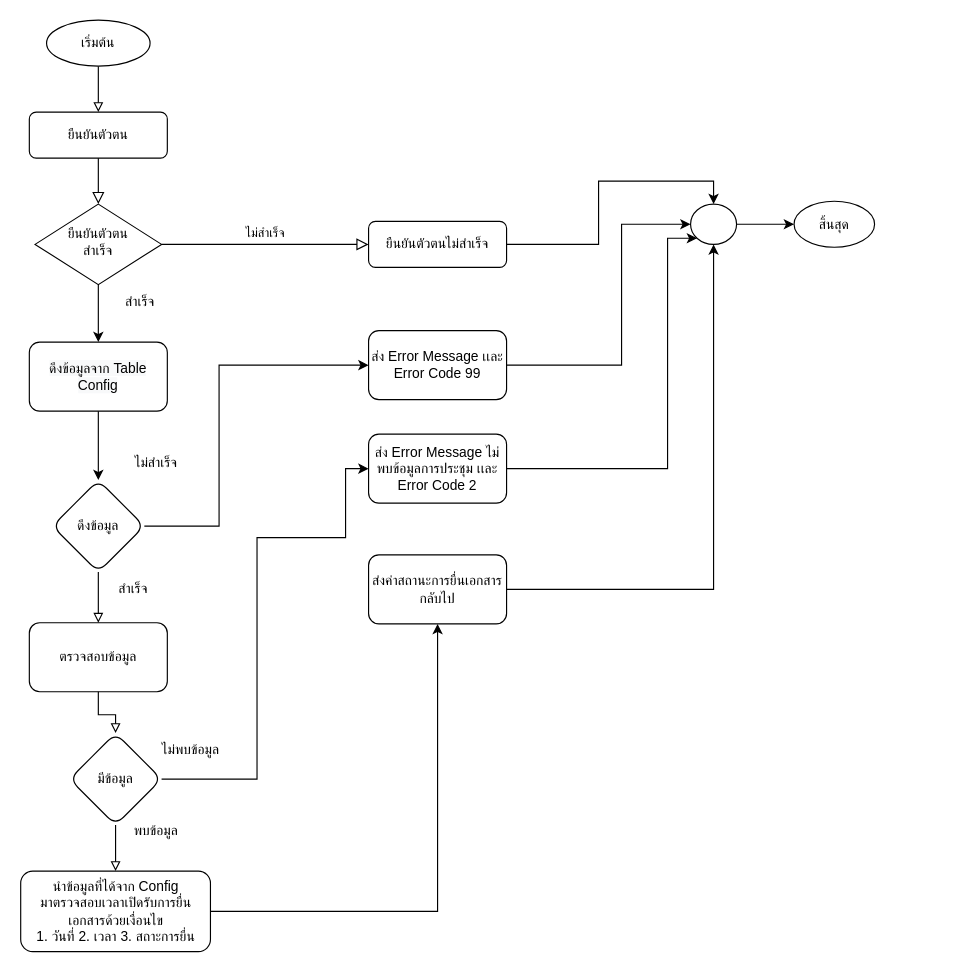
Before: checkRequest.drawio in charifrodmanee/charifrodmanee, a draw.io diagram. Source tidied: cells renumbered, new cells numbered last; positions are measured from the earlier drawing's top-left corner, leaving out a move shared by most shapes. Both pictures are drawn from the tidied source at 115%, with x=0, y=0 at pixel (21, 20).
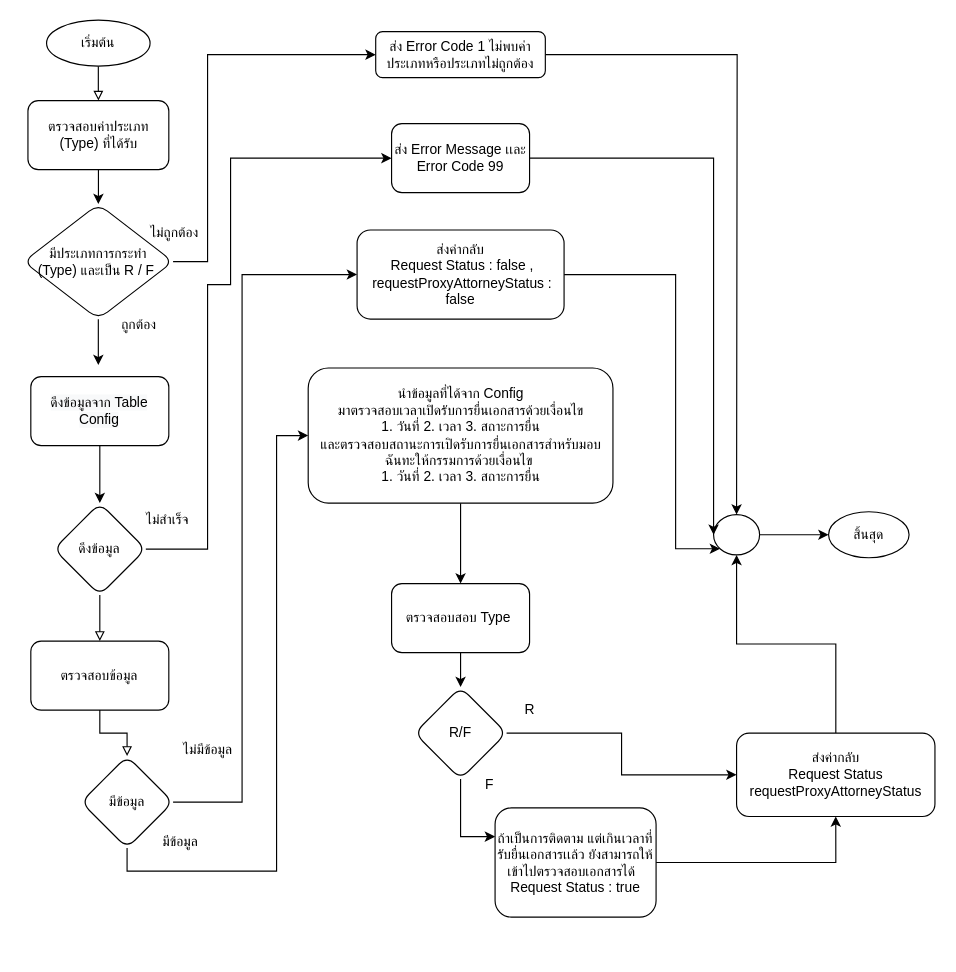
Above is the later version.

What changed in the source:
```diff
@@
-    <mxCell id="2" style="group;" parent="1" vertex="1">
-      <mxGeometry x="-0.5" width="742.5" height="810" as="geometry" />
-    </mxCell>
+    <mxCell id="38" value="ไม่ถูกต้อง" style="text;html=1;align=center;verticalAlign=middle;strokeColor=none;fillColor=none;" parent="1" vertex="1">
+      <mxGeometry x="98.3" y="170" width="70" height="30" as="geometry" />
+    </mxCell>
+    <mxCell id="39" style="edgeStyle=orthogonalEdgeStyle;rounded=0;jettySize=auto;html=1;" parent="1" edge="1" source="43">
+      <mxGeometry relative="1" as="geometry">
+        <mxPoint x="622" y="430" as="targetPoint" />
+      </mxGeometry>
+    </mxCell>
+    <mxCell id="40" value="ถูกต้อง" style="text;html=1;align=center;verticalAlign=middle;strokeColor=none;fillColor=none;" parent="1" vertex="1">
+      <mxGeometry x="72" y="250" width="60" height="30" as="geometry" />
+    </mxCell>
+    <mxCell id="41" style="edgeStyle=orthogonalEdgeStyle;rounded=0;jettySize=auto;html=1;" parent="1" edge="1" source="3" target="42">
+      <mxGeometry relative="1" as="geometry" />
+    </mxCell>
-    <mxCell id="3" value="ยืนยันตัวตน" style="rounded=1;whiteSpace=wrap;html=1;fontSize=12;glass=0;strokeWidth=1;shadow=0;" parent="2" vertex="1">
-      <mxGeometry x="7.5" y="80" width="120" height="40" as="geometry" />
+    <mxCell id="3" value="ตรวจสอบค่าประเภท (Type) ที่ได้รับ" style="rounded=1;whiteSpace=wrap;html=1;fontSize=12;glass=0;strokeWidth=1;shadow=0;" parent="1" vertex="1">
+      <mxGeometry x="5.8" y="70" width="122.5" height="60" as="geometry" />
     </mxCell>
-    <mxCell id="4" value="ยืนยันตัวตน&lt;br&gt;สำเร็จ" style="rhombus;whiteSpace=wrap;html=1;shadow=0;fontFamily=Helvetica;fontSize=12;align=center;strokeWidth=1;spacing=6;spacingTop=-4;" parent="2" vertex="1">
-      <mxGeometry x="12.5" y="160" width="110" height="70" as="geometry" />
-    </mxCell>
-    <mxCell id="5" style="rounded=0;html=1;jettySize=auto;fontSize=11;endArrow=block;endFill=0;endSize=8;strokeWidth=1;shadow=0;labelBackgroundColor=none;edgeStyle=orthogonalEdgeStyle;" parent="2" edge="1" source="3" target="4">
-      <mxGeometry relative="1" as="geometry" />
-    </mxCell>
-    <mxCell id="6" value="ยืนยันตัวตนไม่สำเร็จ" style="rounded=1;whiteSpace=wrap;html=1;fontSize=12;glass=0;strokeWidth=1;shadow=0;" parent="2" vertex="1">
-      <mxGeometry x="302.5" y="175" width="120" height="40" as="geometry" />
-    </mxCell>
-    <mxCell id="7" value="ไม่สำเร็จ" style="edgeStyle=orthogonalEdgeStyle;rounded=0;html=1;jettySize=auto;fontSize=11;endArrow=block;endFill=0;endSize=8;strokeWidth=1;shadow=0;labelBackgroundColor=none;" parent="2" edge="1" source="4" target="6">
-      <mxGeometry y="10" relative="1" as="geometry" />
-    </mxCell>
-    <mxCell id="8" style="edgeStyle=orthogonalEdgeStyle;rounded=0;jettySize=auto;html=1;endArrow=block;endFill=0;" parent="2" edge="1" source="9" target="3">
+    <mxCell id="8" style="edgeStyle=orthogonalEdgeStyle;rounded=0;jettySize=auto;html=1;endArrow=block;endFill=0;" parent="1" edge="1" source="9" target="3">
       <mxGeometry relative="1" as="geometry" />
     </mxCell>
-    <mxCell id="9" value="เริ่มต้น" style="ellipse;whiteSpace=wrap;html=1;rounded=1;glass=0;strokeWidth=1;shadow=0;" parent="2" vertex="1">
-      <mxGeometry x="22.5" width="90" height="40" as="geometry" />
+    <mxCell id="9" value="เริ่มต้น" style="ellipse;whiteSpace=wrap;html=1;rounded=1;glass=0;strokeWidth=1;shadow=0;" parent="1" vertex="1">
+      <mxGeometry x="22" width="90" height="40" as="geometry" />
     </mxCell>
-    <mxCell id="10" value="สำเร็จ" style="text;html=1;align=center;verticalAlign=middle;strokeColor=none;fillColor=none;" parent="2" vertex="1">
-      <mxGeometry x="78.5" y="230" width="50" height="30" as="geometry" />
-    </mxCell>
+    <mxCell id="42" value="มีประเภทการกระทำ&lt;br&gt;(Type) และเป็น R / F&amp;nbsp;" style="rhombus;whiteSpace=wrap;html=1;rounded=1;glass=0;strokeWidth=1;shadow=0;align=center;" parent="1" vertex="1">
+      <mxGeometry x="2" y="160" width="130" height="100" as="geometry" />
+    </mxCell>
+    <mxCell id="43" value="ส่ง Error Code 1 ไม่พบค่าประเภทหรือประเภทไม่ถูกต้อง" style="rounded=1;whiteSpace=wrap;html=1;" parent="1" vertex="1">
+      <mxGeometry x="308.2" y="10" width="147.5" height="40" as="geometry" />
+    </mxCell>
+    <mxCell id="44" style="edgeStyle=orthogonalEdgeStyle;rounded=0;jettySize=auto;html=1;entryX=0;entryY=0.5;entryDx=0;entryDy=0;" parent="1" edge="1" source="42" target="43">
+      <mxGeometry relative="1" as="geometry">
+        <Array as="points">
+          <mxPoint x="162" y="210" />
+          <mxPoint x="162" y="30" />
+        </Array>
+      </mxGeometry>
+    </mxCell>
+    <mxCell id="45" style="edgeStyle=orthogonalEdgeStyle;rounded=0;jettySize=auto;html=1;" parent="1" edge="1" source="42">
+      <mxGeometry relative="1" as="geometry">
+        <mxPoint x="67" y="300" as="targetPoint" />
+      </mxGeometry>
+    </mxCell>
-    <mxCell id="11" style="ellipse;whiteSpace=wrap;html=1;rounded=1;glass=0;strokeWidth=1;shadow=0;" parent="2" vertex="1">
-      <mxGeometry x="582.5" y="160" width="40" height="35" as="geometry" />
+    <mxCell id="11" style="ellipse;whiteSpace=wrap;html=1;rounded=1;glass=0;strokeWidth=1;shadow=0;" parent="1" vertex="1">
+      <mxGeometry x="602" y="430" width="40" height="35" as="geometry" />
     </mxCell>
-    <mxCell id="12" style="edgeStyle=orthogonalEdgeStyle;rounded=0;jettySize=auto;html=1;entryX=0.5;entryY=0;entryDx=0;entryDy=0;" parent="2" edge="1" source="6" target="11">
-      <mxGeometry relative="1" as="geometry" />
-    </mxCell>
-    <mxCell id="13" value="สิ้นสุด" style="ellipse;whiteSpace=wrap;html=1;rounded=1;glass=0;strokeWidth=1;shadow=0;" parent="2" vertex="1">
-      <mxGeometry x="672.5" y="157.5" width="70" height="40" as="geometry" />
+    <mxCell id="13" value="สิ้นสุด" style="ellipse;whiteSpace=wrap;html=1;rounded=1;glass=0;strokeWidth=1;shadow=0;" parent="1" vertex="1">
+      <mxGeometry x="702" y="427.5" width="70" height="40" as="geometry" />
     </mxCell>
-    <mxCell id="14" style="edgeStyle=orthogonalEdgeStyle;rounded=0;jettySize=auto;html=1;" parent="2" edge="1" source="11" target="13">
+    <mxCell id="14" style="edgeStyle=orthogonalEdgeStyle;rounded=0;jettySize=auto;html=1;" parent="1" edge="1" source="11" target="13">
       <mxGeometry relative="1" as="geometry" />
     </mxCell>
+    <mxCell id="20" style="edgeStyle=orthogonalEdgeStyle;rounded=0;jettySize=auto;html=1;" parent="1" edge="1" source="15" target="19">
+      <mxGeometry relative="1" as="geometry" />
+    </mxCell>
-    <mxCell id="15" value="&lt;span style=&quot;color: rgb(0, 0, 0); font-family: Helvetica; font-size: 12px; font-style: normal; font-variant-ligatures: normal; font-variant-caps: normal; font-weight: 400; letter-spacing: normal; orphans: 2; text-align: center; text-indent: 0px; text-transform: none; widows: 2; word-spacing: 0px; -webkit-text-stroke-width: 0px; background-color: rgb(248, 249, 250); text-decoration-thickness: initial; text-decoration-style: initial; text-decoration-color: initial; float: none; display: inline !important;&quot;&gt;ดึงข้อมูลจาก Table&lt;/span&gt;&lt;br style=&quot;color: rgb(0, 0, 0); font-family: Helvetica; font-size: 12px; font-style: normal; font-variant-ligatures: normal; font-variant-caps: normal; font-weight: 400; letter-spacing: normal; orphans: 2; text-align: center; text-indent: 0px; text-transform: none; widows: 2; word-spacing: 0px; -webkit-text-stroke-width: 0px; background-color: rgb(248, 249, 250); text-decoration-thickness: initial; text-decoration-style: initial; text-decoration-color: initial;&quot;&gt;&lt;span style=&quot;color: rgb(0, 0, 0); font-family: Helvetica; font-size: 12px; font-style: normal; font-variant-ligatures: normal; font-variant-caps: normal; font-weight: 400; letter-spacing: normal; orphans: 2; text-align: center; text-indent: 0px; text-transform: none; widows: 2; word-spacing: 0px; -webkit-text-stroke-width: 0px; background-color: rgb(248, 249, 250); text-decoration-thickness: initial; text-decoration-style: initial; text-decoration-color: initial; float: none; display: inline !important;&quot;&gt;Config&lt;/span&gt;" style="rounded=1;whiteSpace=wrap;html=1;" parent="2" vertex="1">
-      <mxGeometry x="7.5" y="280" width="120" height="60" as="geometry" />
+    <mxCell id="15" value="&lt;span style=&quot;color: rgb(0, 0, 0); font-family: Helvetica; font-size: 12px; font-style: normal; font-variant-ligatures: normal; font-variant-caps: normal; font-weight: 400; letter-spacing: normal; orphans: 2; text-align: center; text-indent: 0px; text-transform: none; widows: 2; word-spacing: 0px; -webkit-text-stroke-width: 0px; background-color: rgb(248, 249, 250); text-decoration-thickness: initial; text-decoration-style: initial; text-decoration-color: initial; float: none; display: inline !important;&quot;&gt;ดึงข้อมูลจาก Table&lt;/span&gt;&lt;br style=&quot;color: rgb(0, 0, 0); font-family: Helvetica; font-size: 12px; font-style: normal; font-variant-ligatures: normal; font-variant-caps: normal; font-weight: 400; letter-spacing: normal; orphans: 2; text-align: center; text-indent: 0px; text-transform: none; widows: 2; word-spacing: 0px; -webkit-text-stroke-width: 0px; background-color: rgb(248, 249, 250); text-decoration-thickness: initial; text-decoration-style: initial; text-decoration-color: initial;&quot;&gt;&lt;span style=&quot;color: rgb(0, 0, 0); font-family: Helvetica; font-size: 12px; font-style: normal; font-variant-ligatures: normal; font-variant-caps: normal; font-weight: 400; letter-spacing: normal; orphans: 2; text-align: center; text-indent: 0px; text-transform: none; widows: 2; word-spacing: 0px; -webkit-text-stroke-width: 0px; background-color: rgb(248, 249, 250); text-decoration-thickness: initial; text-decoration-style: initial; text-decoration-color: initial; float: none; display: inline !important;&quot;&gt;Config&lt;/span&gt;" style="rounded=1;whiteSpace=wrap;html=1;" parent="1" vertex="1">
+      <mxGeometry x="8.3" y="310" width="120" height="60" as="geometry" />
     </mxCell>
-    <mxCell id="16" style="edgeStyle=orthogonalEdgeStyle;rounded=0;jettySize=auto;html=1;" parent="2" edge="1" source="4" target="15">
-      <mxGeometry relative="1" as="geometry" />
-    </mxCell>
-    <mxCell id="17" value="ตรวจสอบข้อมูล" style="whiteSpace=wrap;html=1;rounded=1;" parent="2" vertex="1">
-      <mxGeometry x="7.5" y="524" width="120" height="60" as="geometry" />
+    <mxCell id="17" value="ตรวจสอบข้อมูล" style="whiteSpace=wrap;html=1;rounded=1;" parent="1" vertex="1">
+      <mxGeometry x="8.3" y="540" width="120" height="60" as="geometry" />
     </mxCell>
-    <mxCell id="18" style="edgeStyle=orthogonalEdgeStyle;rounded=0;jettySize=auto;html=1;endArrow=block;endFill=0;" parent="2" edge="1" source="19" target="17">
+    <mxCell id="18" style="edgeStyle=orthogonalEdgeStyle;rounded=0;jettySize=auto;html=1;endArrow=block;endFill=0;" parent="1" edge="1" source="19" target="17">
       <mxGeometry relative="1" as="geometry" />
     </mxCell>
-    <mxCell id="19" value="ดึงข้อมูล" style="rhombus;whiteSpace=wrap;html=1;rounded=1;" parent="2" vertex="1">
-      <mxGeometry x="27.5" y="400" width="80" height="80" as="geometry" />
+    <mxCell id="19" value="ดึงข้อมูล" style="rhombus;whiteSpace=wrap;html=1;rounded=1;" parent="1" vertex="1">
+      <mxGeometry x="28.3" y="420" width="80" height="80" as="geometry" />
     </mxCell>
-    <mxCell id="20" style="edgeStyle=orthogonalEdgeStyle;rounded=0;jettySize=auto;html=1;entryX=0.5;entryY=0;entryDx=0;entryDy=0;" parent="2" edge="1" source="15" target="19">
-      <mxGeometry relative="1" as="geometry">
-        <Array as="points">
-          <mxPoint x="67.5" y="400" />
-        </Array>
-      </mxGeometry>
-    </mxCell>
-    <mxCell id="21" value="ไม่สำเร็จ" style="text;html=1;align=center;verticalAlign=middle;strokeColor=none;fillColor=none;" parent="2" vertex="1">
-      <mxGeometry x="82.5" y="370" width="70" height="30" as="geometry" />
+    <mxCell id="21" value="ไม่สำเร็จ" style="text;html=1;align=center;verticalAlign=middle;strokeColor=none;fillColor=none;" parent="1" vertex="1">
+      <mxGeometry x="92" y="420" width="70" height="30" as="geometry" />
     </mxCell>
-    <mxCell id="22" value="สำเร็จ" style="text;html=1;align=center;verticalAlign=middle;strokeColor=none;fillColor=none;" parent="2" vertex="1">
-      <mxGeometry x="72.5" y="480" width="50" height="30" as="geometry" />
-    </mxCell>
+    <mxCell id="36" style="edgeStyle=orthogonalEdgeStyle;rounded=0;jettySize=auto;html=1;entryX=0;entryY=0.5;entryDx=0;entryDy=0;" parent="1" edge="1" source="23" target="32">
+      <mxGeometry relative="1" as="geometry">
+        <Array as="points">
+          <mxPoint x="192" y="680" />
+          <mxPoint x="192" y="221" />
+        </Array>
+      </mxGeometry>
+    </mxCell>
+    <mxCell id="27" style="edgeStyle=orthogonalEdgeStyle;rounded=0;jettySize=auto;html=1;entryX=0;entryY=0.5;entryDx=0;entryDy=0;" parent="1" edge="1" source="23" target="26">
+      <mxGeometry relative="1" as="geometry">
+        <Array as="points">
+          <mxPoint x="92" y="740" />
+          <mxPoint x="222" y="740" />
+          <mxPoint x="222" y="361" />
+        </Array>
+      </mxGeometry>
+    </mxCell>
-    <mxCell id="23" value="มีข้อมูล" style="rhombus;whiteSpace=wrap;html=1;rounded=1;" parent="2" vertex="1">
-      <mxGeometry x="42.5" y="620" width="80" height="80" as="geometry" />
+    <mxCell id="23" value="มีข้อมูล" style="rhombus;whiteSpace=wrap;html=1;rounded=1;" parent="1" vertex="1">
+      <mxGeometry x="52" y="640" width="80" height="80" as="geometry" />
     </mxCell>
-    <mxCell id="24" style="edgeStyle=orthogonalEdgeStyle;rounded=0;jettySize=auto;html=1;endArrow=block;endFill=0;" parent="2" edge="1" source="17" target="23">
+    <mxCell id="24" style="edgeStyle=orthogonalEdgeStyle;rounded=0;jettySize=auto;html=1;endArrow=block;endFill=0;" parent="1" edge="1" source="17" target="23">
       <mxGeometry relative="1" as="geometry" />
     </mxCell>
-    <mxCell id="25" value="ไม่พบข้อมูล" style="text;html=1;align=center;verticalAlign=middle;strokeColor=none;fillColor=none;" parent="2" vertex="1">
-      <mxGeometry x="107.5" y="620" width="80" height="30" as="geometry" />
+    <mxCell id="25" value="ไม่มีข้อมูล" style="text;html=1;align=center;verticalAlign=middle;strokeColor=none;fillColor=none;" parent="1" vertex="1">
+      <mxGeometry x="127" y="620" width="70" height="30" as="geometry" />
     </mxCell>
+    <mxCell id="46" style="edgeStyle=orthogonalEdgeStyle;rounded=0;jettySize=auto;html=1;entryX=0.5;entryY=0;entryDx=0;entryDy=0;" parent="1" edge="1" source="26" target="48">
+      <mxGeometry relative="1" as="geometry">
+        <Array as="points">
+          <mxPoint x="382" y="475" />
+        </Array>
+      </mxGeometry>
+    </mxCell>
-    <mxCell id="26" value="นำข้อมูลที่ได้จาก Config &lt;br&gt;มาตรวจสอบเวลาเปิดรับการยื่นเอกสารด้วยเงื่อนไข&lt;br&gt;1. วันที่ 2. เวลา 3. สถาะการยื่น" style="whiteSpace=wrap;html=1;rounded=1;" parent="2" vertex="1">
-      <mxGeometry y="740" width="165" height="70" as="geometry" />
+    <mxCell id="26" value="นำข้อมูลที่ได้จาก Config &lt;br&gt;มาตรวจสอบเวลาเปิดรับการยื่นเอกสารด้วยเงื่อนไข&lt;br&gt;1. วันที่ 2. เวลา 3. สถาะการยื่น &lt;br&gt;และตรวจสอบสถานะการเปิดรับการยื่นเอกสารสำหรับมอบฉันทะให้กรรมการด้วยเงื่อนไข&amp;nbsp;&lt;br&gt;1. วันที่ 2. เวลา 3. สถาะการยื่น" style="whiteSpace=wrap;html=1;rounded=1;" parent="1" vertex="1">
+      <mxGeometry x="249.5" y="302.5" width="265" height="117.5" as="geometry" />
     </mxCell>
-    <mxCell id="27" style="edgeStyle=orthogonalEdgeStyle;rounded=0;jettySize=auto;html=1;endArrow=block;endFill=0;entryX=0.5;entryY=0;entryDx=0;entryDy=0;" parent="2" edge="1" source="23" target="26">
-      <mxGeometry relative="1" as="geometry" />
-    </mxCell>
-    <mxCell id="28" style="edgeStyle=orthogonalEdgeStyle;rounded=0;jettySize=auto;html=1;entryX=0;entryY=0.5;entryDx=0;entryDy=0;" parent="2" edge="1" source="29" target="11">
+    <mxCell id="28" style="edgeStyle=orthogonalEdgeStyle;rounded=0;jettySize=auto;html=1;entryX=0;entryY=0.5;entryDx=0;entryDy=0;exitX=1;exitY=0.5;exitDx=0;exitDy=0;" parent="1" edge="1" source="29" target="11">
       <mxGeometry relative="1" as="geometry">
         <Array as="points">
-          <mxPoint x="522.5" y="300" />
-          <mxPoint x="522.5" y="178" />
+          <mxPoint x="602" y="120" />
         </Array>
       </mxGeometry>
     </mxCell>
-    <mxCell id="29" value="ส่ง Error Message เเละ Error Code 99" style="whiteSpace=wrap;html=1;rounded=1;" parent="2" vertex="1">
-      <mxGeometry x="302.5" y="270" width="120" height="60" as="geometry" />
+    <mxCell id="29" value="ส่ง Error Message เเละ Error Code 99" style="whiteSpace=wrap;html=1;rounded=1;" parent="1" vertex="1">
+      <mxGeometry x="322" y="90" width="120" height="60" as="geometry" />
     </mxCell>
-    <mxCell id="30" style="edgeStyle=orthogonalEdgeStyle;rounded=0;jettySize=auto;html=1;entryX=0;entryY=0.5;entryDx=0;entryDy=0;" parent="2" edge="1" source="19" target="29">
+    <mxCell id="30" style="edgeStyle=orthogonalEdgeStyle;rounded=0;jettySize=auto;html=1;entryX=0;entryY=0.5;entryDx=0;entryDy=0;exitX=1;exitY=0.5;exitDx=0;exitDy=0;" parent="1" edge="1" source="19" target="29">
       <mxGeometry relative="1" as="geometry">
         <Array as="points">
-          <mxPoint x="172.5" y="440" />
-          <mxPoint x="172.5" y="300" />
+          <mxPoint x="162" y="460" />
+          <mxPoint x="162" y="230" />
+          <mxPoint x="182" y="230" />
+          <mxPoint x="182" y="120" />
         </Array>
       </mxGeometry>
     </mxCell>
-    <mxCell id="31" style="edgeStyle=orthogonalEdgeStyle;rounded=0;jettySize=auto;html=1;entryX=0;entryY=1;entryDx=0;entryDy=0;" parent="2" edge="1" source="32" target="11">
+    <mxCell id="31" style="edgeStyle=orthogonalEdgeStyle;rounded=0;jettySize=auto;html=1;entryX=0;entryY=1;entryDx=0;entryDy=0;exitX=1;exitY=0.5;exitDx=0;exitDy=0;" parent="1" edge="1" source="32" target="11">
       <mxGeometry relative="1" as="geometry">
         <Array as="points">
-          <mxPoint x="562.5" y="390" />
-          <mxPoint x="562.5" y="190" />
+          <mxPoint x="569" y="221" />
+          <mxPoint x="569" y="460" />
         </Array>
       </mxGeometry>
     </mxCell>
-    <mxCell id="32" value="ส่ง Error Message ไม่พบข้อมูลการประชุม เเละ Error Code 2" style="whiteSpace=wrap;html=1;rounded=1;" parent="2" vertex="1">
-      <mxGeometry x="302.5" y="360" width="120" height="60" as="geometry" />
+    <mxCell id="32" value="ส่งค่ากลับ&lt;br&gt;&amp;nbsp;Request Status : false , &lt;br&gt;&amp;nbsp;requestProxyAttorneyStatus : false" style="whiteSpace=wrap;html=1;rounded=1;" parent="1" vertex="1">
+      <mxGeometry x="292" y="182.5" width="180" height="77.5" as="geometry" />
     </mxCell>
-    <mxCell id="33" value="พบข้อมูล" style="text;html=1;align=center;verticalAlign=middle;strokeColor=none;fillColor=none;" parent="2" vertex="1">
-      <mxGeometry x="82.5" y="690" width="70" height="30" as="geometry" />
+    <mxCell id="33" value="มีข้อมูล" style="text;html=1;align=center;verticalAlign=middle;strokeColor=none;fillColor=none;" parent="1" vertex="1">
+      <mxGeometry x="108.3" y="700" width="60" height="30" as="geometry" />
     </mxCell>
-    <mxCell id="34" style="edgeStyle=orthogonalEdgeStyle;rounded=0;jettySize=auto;html=1;entryX=0.5;entryY=1;entryDx=0;entryDy=0;" parent="2" edge="1" source="35" target="11">
+    <mxCell id="34" style="edgeStyle=orthogonalEdgeStyle;rounded=0;jettySize=auto;html=1;entryX=0.5;entryY=1;entryDx=0;entryDy=0;" parent="1" edge="1" source="35" target="11">
       <mxGeometry relative="1" as="geometry" />
     </mxCell>
-    <mxCell id="35" value="ส่งค่าสถานะการยื่นเอกสารกลับไป" style="whiteSpace=wrap;html=1;rounded=1;" parent="2" vertex="1">
-      <mxGeometry x="302.5" y="465" width="120" height="60" as="geometry" />
+    <mxCell id="35" value="ส่งค่ากลับ&lt;br&gt;&amp;nbsp;Request Status&amp;nbsp;&lt;br&gt;&amp;nbsp;requestProxyAttorneyStatus&amp;nbsp;" style="whiteSpace=wrap;html=1;rounded=1;" parent="1" vertex="1">
+      <mxGeometry x="622" y="620" width="172.5" height="72.5" as="geometry" />
     </mxCell>
-    <mxCell id="36" style="edgeStyle=orthogonalEdgeStyle;rounded=0;jettySize=auto;html=1;entryX=0;entryY=0.5;entryDx=0;entryDy=0;" parent="2" edge="1" source="23" target="32">
-      <mxGeometry relative="1" as="geometry">
-        <Array as="points">
-          <mxPoint x="205.5" y="660" />
-          <mxPoint x="205.5" y="450" />
-          <mxPoint x="282.5" y="450" />
-          <mxPoint x="282.5" y="390" />
-        </Array>
-      </mxGeometry>
-    </mxCell>
-    <mxCell id="37" style="edgeStyle=orthogonalEdgeStyle;rounded=0;jettySize=auto;html=1;" parent="2" edge="1" source="26" target="35">
-      <mxGeometry relative="1" as="geometry" />
-    </mxCell>
+    <mxCell id="47" style="group;" parent="1" vertex="1">
+      <mxGeometry x="322" y="490" width="135" height="190" as="geometry" />
+    </mxCell>
+    <mxCell id="48" value="ตรวจสอบสอบ Type&amp;nbsp;" style="whiteSpace=wrap;html=1;rounded=1;" parent="47" vertex="1">
+      <mxGeometry width="120" height="60" as="geometry" />
+    </mxCell>
+    <mxCell id="49" value="R/F" style="rhombus;whiteSpace=wrap;html=1;rounded=1;" parent="47" vertex="1">
+      <mxGeometry x="20" y="90" width="80" height="80" as="geometry" />
+    </mxCell>
+    <mxCell id="50" style="edgeStyle=orthogonalEdgeStyle;rounded=0;jettySize=auto;html=1;" parent="47" edge="1" source="48" target="49">
+      <mxGeometry relative="1" as="geometry" />
+    </mxCell>
+    <mxCell id="51" value="R" style="text;html=1;align=center;verticalAlign=middle;strokeColor=none;fillColor=none;" parent="47" vertex="1">
+      <mxGeometry x="105" y="95" width="30" height="30" as="geometry" />
+    </mxCell>
+    <mxCell id="52" value="F" style="text;html=1;align=center;verticalAlign=middle;strokeColor=none;fillColor=none;" parent="47" vertex="1">
+      <mxGeometry x="70" y="160" width="30" height="30" as="geometry" />
+    </mxCell>
+    <mxCell id="53" style="edgeStyle=orthogonalEdgeStyle;rounded=0;jettySize=auto;html=1;entryX=0;entryY=0.5;entryDx=0;entryDy=0;" parent="1" edge="1" source="49" target="35">
+      <mxGeometry relative="1" as="geometry" />
+    </mxCell>
+    <mxCell id="54" style="edgeStyle=orthogonalEdgeStyle;rounded=0;jettySize=auto;html=1;entryX=0.5;entryY=1;entryDx=0;entryDy=0;" parent="1" edge="1" source="55" target="35">
+      <mxGeometry relative="1" as="geometry" />
+    </mxCell>
+    <mxCell id="55" value="ถ้าเป็นการติดตาม แต่เกินเวลาที่รับยื่นเอกสารเเล้ว ยังสามารถให้เข้าไปตรวจสอบเอกสารได้&amp;nbsp;&amp;nbsp;&lt;br&gt;Request Status : true" style="whiteSpace=wrap;html=1;rounded=1;" parent="1" vertex="1">
+      <mxGeometry x="412" y="685" width="140" height="95" as="geometry" />
+    </mxCell>
+    <mxCell id="56" style="edgeStyle=orthogonalEdgeStyle;rounded=0;jettySize=auto;html=1;" parent="1" edge="1" source="49" target="55">
+      <mxGeometry relative="1" as="geometry">
+        <Array as="points">
+          <mxPoint x="382" y="710" />
+        </Array>
+      </mxGeometry>
+    </mxCell>
```
